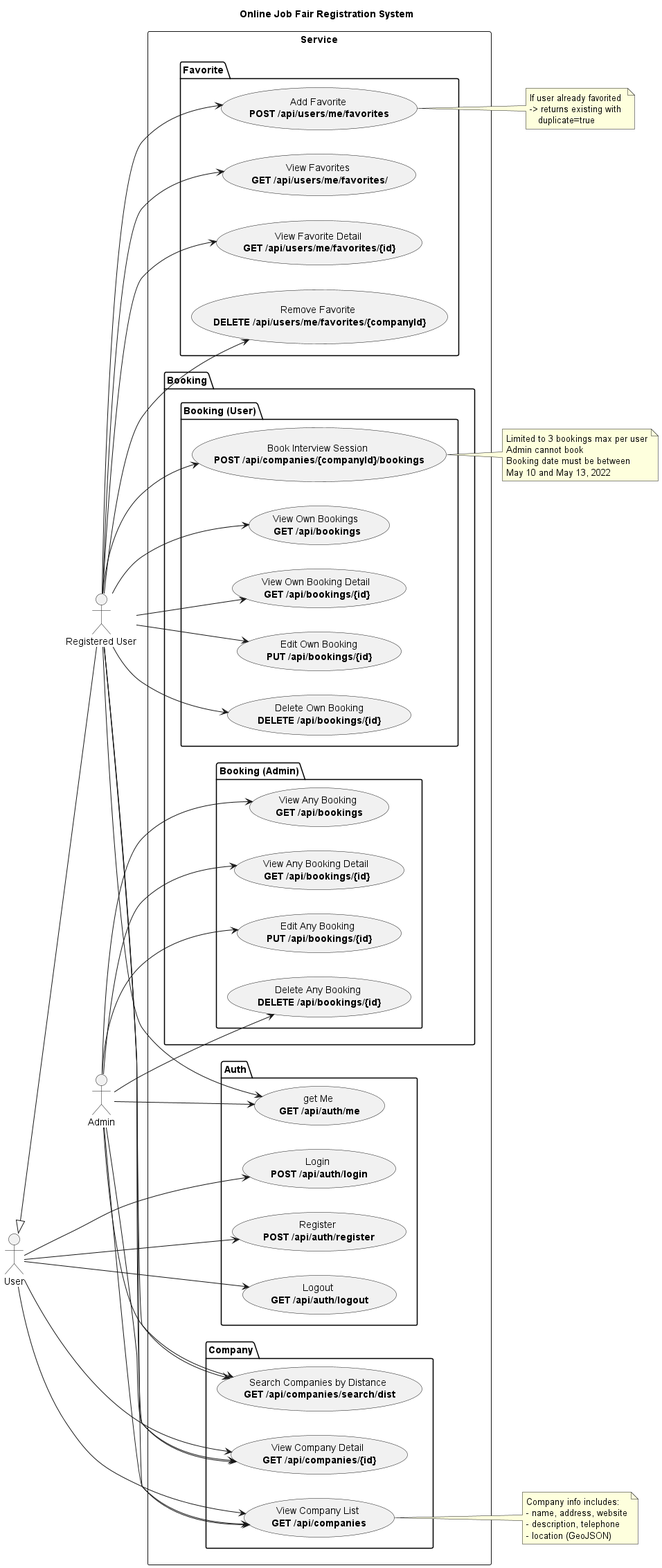
Earlier version of the PlantUML export out/docs/diagram/usecase.png (098ff/ArtmaybeDEV).
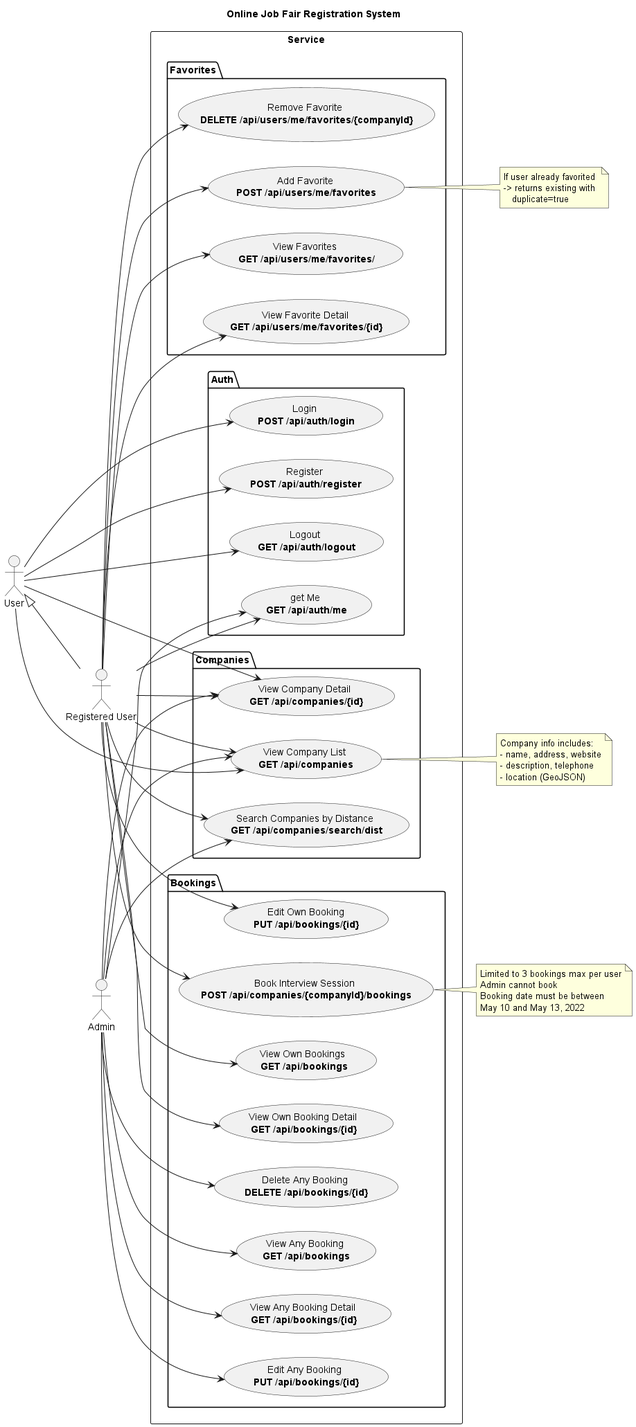
Above is the later version.

Diff of the diagram source:
```diff
@@ -18,31 +18,24 @@
     usecase "get Me \n<b>GET /api/auth/me" as UC_GetMe
   }
 
-  package "Company" {
+  package "Companies" {
     usecase "View Company List \n<b>GET /api/companies" as UC_Companies
     usecase "View Company Detail \n<b>GET /api/companies/{id}" as UC_CompanyDetail
     usecase "Search Companies by Distance \n<b>GET /api/companies/search/dist" as UC_CompanyDist
   }
-  package "Booking" {
-
-    package "Booking (User)" {
+  package "Bookings" {
       usecase "Book Interview Session \n<b>POST /api/companies/{companyId}/bookings" as UC_Book
       usecase "View Own Bookings \n<b>GET /api/bookings" as UC_ViewOwn
       usecase "View Own Booking Detail \n<b>GET /api/bookings/{id}" as UC_ViewOwnDetail
       usecase "Edit Own Booking\n<b>PUT /api/bookings/{id}" as UC_EditOwn
-      usecase "Delete Own Booking\n<b>DELETE /api/bookings/{id}" as UC_DeleteOwn
-    }
-
-    package "Booking (Admin)" {
       usecase "View Any Booking \n<b>GET /api/bookings" as UC_ViewAny
       usecase "View Any Booking Detail \n<b>GET /api/bookings/{id}" as UC_ViewAnyDetail
       usecase "Edit Any Booking \n<b>PUT /api/bookings/{id}" as UC_EditAny
       usecase "Delete Any Booking \n<b>DELETE /api/bookings/{id}" as UC_DeleteAny
-    }
   }
 
 
-  package "Favorite" {
+  package "Favorites" {
     usecase "Add Favorite \n<b>POST /api/users/me/favorites" as UC_FavAdd
     usecase "View Favorites \n<b>GET /api/users/me/favorites/" as UC_FavList
     usecase "View Favorite Detail \n<b>GET /api/users/me/favorites/{id}" as UC_FavDetail
@@ -61,7 +54,6 @@
 Reg --> UC_Book
 Reg --> UC_ViewOwn
 Reg --> UC_EditOwn
-Reg --> UC_DeleteOwn
 Reg --> UC_Companies
 Reg --> UC_CompanyDetail
 Reg --> UC_CompanyDist
```
